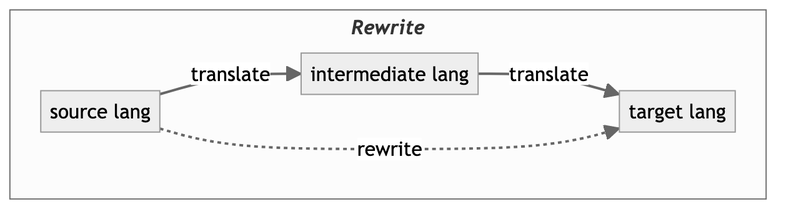
Above: images/mermaid/rewrite.png in yohasebe/deepl-alfred-translate-rewrite-workflow (Mermaid), before the change. Its source is kept beside it as images/mermaid/rewrite.mmd. The source it was exported from:
```mermaid
graph
  subgraph <b><i>Rewrite</i></b>
  C[source lang] -- translate -->
  D[intermediate lang] -- translate --> E[target lang]
  C -. rewrite .-> E
end
```
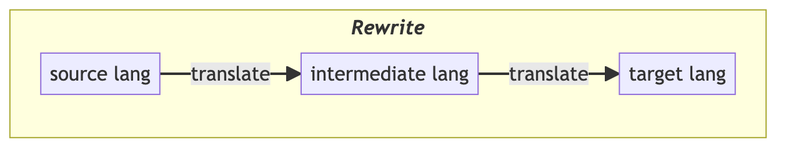
Above is the later version.

Change to the diagram source:
```diff
@@ -1,6 +1,4 @@
 graph
   subgraph <b><i>Rewrite</i></b>
-  C[source lang] -- translate -->
-  D[intermediate lang] -- translate --> E[target lang]
-  C -. rewrite .-> E
+  C[source lang] -- translate --> D[intermediate lang] -- translate --> E[target lang]
 end
```
